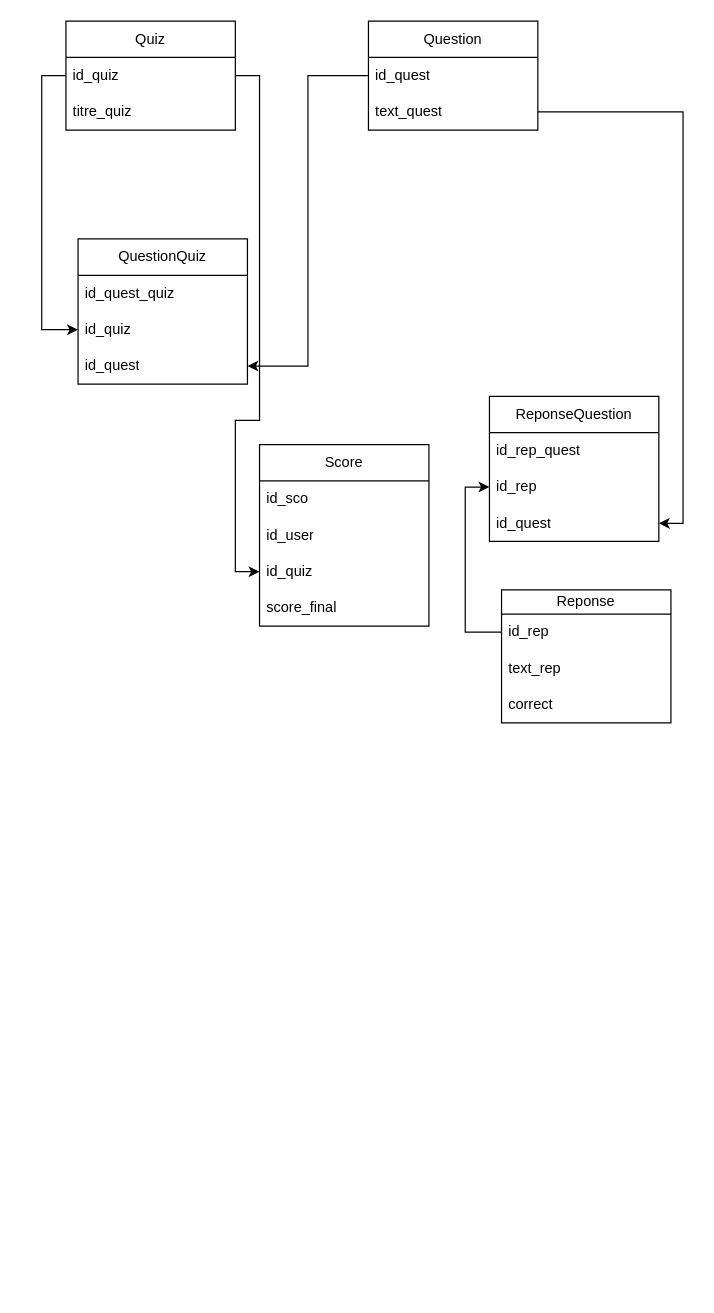
Earlier version of the draw.io diagram mcd.drawio (Maminjatovo/Mcd_hack_it_supernova). Source tidied: cells renumbered, new cells numbered last; positions are measured from the earlier drawing's top-left corner, leaving out a move shared by most shapes. Both pictures are drawn from the tidied source at 121%, with x=0, y=0 at pixel (65, 21).
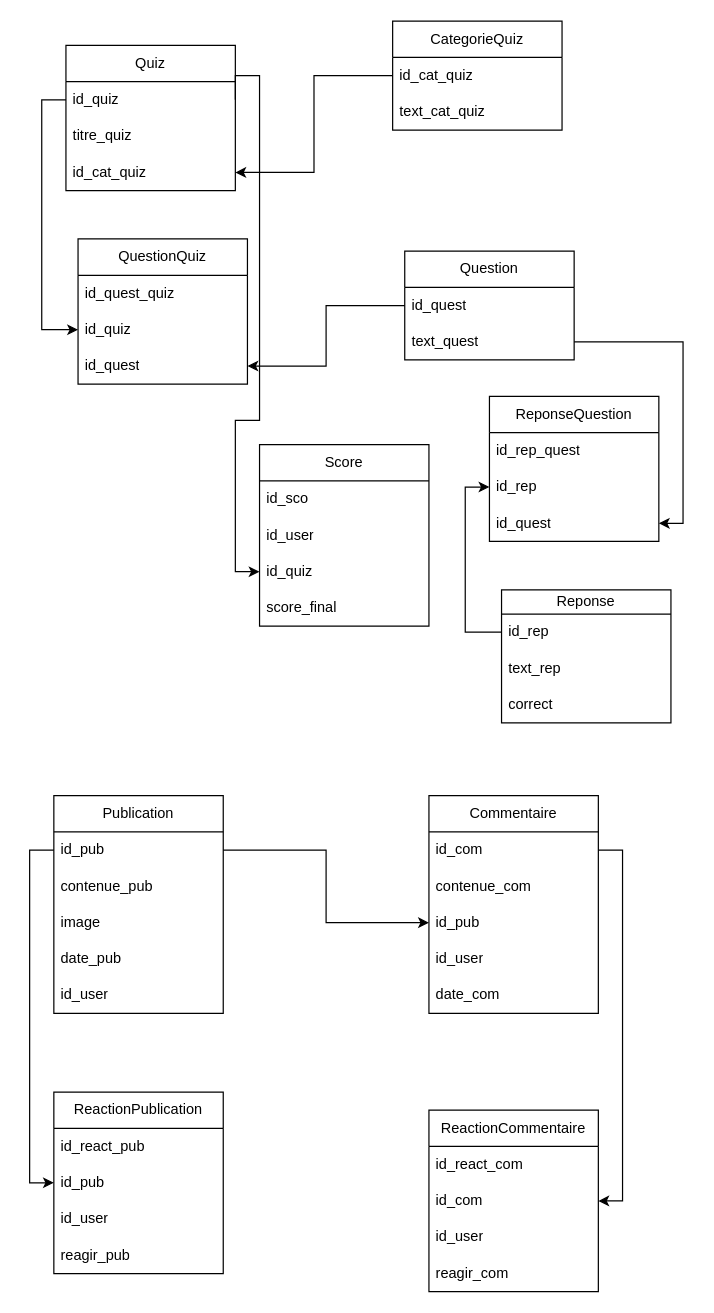
After the change.

Commit message:
Mettre à jour mcd.drawio

The edit, as a diff of the source:
```diff
@@
     <mxCell id="2" value="Question" style="swimlane;fontStyle=0;horizontal=1;startSize=30;whiteSpace=wrap;html=1;" parent="1" vertex="1">
-      <mxGeometry x="250" width="140" height="90" as="geometry" />
+      <mxGeometry x="280" y="190" width="140" height="90" as="geometry" />
     </mxCell>
@@
     <mxCell id="5" value="Quiz" style="swimlane;fontStyle=0;horizontal=1;startSize=30;whiteSpace=wrap;html=1;" parent="1" vertex="1">
-      <mxGeometry width="140" height="90" as="geometry" />
+      <mxGeometry y="20" width="140" height="120" as="geometry" />
     </mxCell>
@@
+    <mxCell id="30" value="id_cat_quiz" style="text;strokeColor=none;fillColor=none;align=left;verticalAlign=middle;spacingLeft=4;spacingRight=4;overflow=hidden;points=[[0,0.5],[1,0.5]];portConstraint=eastwest;whiteSpace=wrap;html=1;" parent="5" vertex="1">
+      <mxGeometry y="90" width="140" height="30" as="geometry" />
+    </mxCell>
@@
+    <mxCell id="31" value="CategorieQuiz&lt;br&gt;" style="swimlane;fontStyle=0;horizontal=1;startSize=30;whiteSpace=wrap;html=1;" parent="1" vertex="1">
+      <mxGeometry x="270" width="140" height="90" as="geometry" />
+    </mxCell>
+    <mxCell id="32" value="id_cat_quiz" style="text;strokeColor=none;fillColor=none;align=left;verticalAlign=middle;spacingLeft=4;spacingRight=4;overflow=hidden;points=[[0,0.5],[1,0.5]];portConstraint=eastwest;whiteSpace=wrap;html=1;" parent="31" vertex="1">
+      <mxGeometry y="30" width="140" height="30" as="geometry" />
+    </mxCell>
+    <mxCell id="33" value="text_cat_quiz" style="text;strokeColor=none;fillColor=none;align=left;verticalAlign=middle;spacingLeft=4;spacingRight=4;overflow=hidden;whiteSpace=wrap;html=1;" parent="31" vertex="1">
+      <mxGeometry y="60" width="140" height="30" as="geometry" />
+    </mxCell>
+    <mxCell id="34" style="edgeStyle=orthogonalEdgeStyle;rounded=0;jettySize=auto;html=1;exitX=0;exitY=0.5;exitDx=0;exitDy=0;entryX=1;entryY=0.5;entryDx=0;entryDy=0;" parent="1" edge="1" source="32" target="30">
+      <mxGeometry relative="1" as="geometry" />
+    </mxCell>
+    <mxCell id="35" value="Publication" style="swimlane;fontStyle=0;horizontal=1;startSize=30;whiteSpace=wrap;html=1;" parent="1" vertex="1">
+      <mxGeometry x="-10" y="640" width="140" height="180" as="geometry" />
+    </mxCell>
+    <mxCell id="36" value="id_pub" style="text;strokeColor=none;fillColor=none;align=left;verticalAlign=middle;spacingLeft=4;spacingRight=4;overflow=hidden;points=[[0,0.5],[1,0.5]];portConstraint=eastwest;whiteSpace=wrap;html=1;" parent="35" vertex="1">
+      <mxGeometry y="30" width="140" height="30" as="geometry" />
+    </mxCell>
+    <mxCell id="37" value="contenue_pub" style="text;strokeColor=none;fillColor=none;align=left;verticalAlign=middle;spacingLeft=4;spacingRight=4;overflow=hidden;whiteSpace=wrap;html=1;" parent="35" vertex="1">
+      <mxGeometry y="60" width="140" height="30" as="geometry" />
+    </mxCell>
+    <mxCell id="38" value="image" style="text;strokeColor=none;fillColor=none;align=left;verticalAlign=middle;spacingLeft=4;spacingRight=4;overflow=hidden;whiteSpace=wrap;html=1;" parent="35" vertex="1">
+      <mxGeometry y="90" width="140" height="30" as="geometry" />
+    </mxCell>
+    <mxCell id="39" value="date_pub" style="text;strokeColor=none;fillColor=none;align=left;verticalAlign=middle;spacingLeft=4;spacingRight=4;overflow=hidden;whiteSpace=wrap;html=1;" parent="35" vertex="1">
+      <mxGeometry y="120" width="140" height="30" as="geometry" />
+    </mxCell>
+    <mxCell id="40" value="id_user" style="text;strokeColor=none;fillColor=none;align=left;verticalAlign=middle;spacingLeft=4;spacingRight=4;overflow=hidden;whiteSpace=wrap;html=1;" parent="35" vertex="1">
+      <mxGeometry y="150" width="140" height="30" as="geometry" />
+    </mxCell>
+    <mxCell id="41" value="Commentaire" style="swimlane;fontStyle=0;horizontal=1;startSize=30;whiteSpace=wrap;html=1;" parent="1" vertex="1">
+      <mxGeometry x="300" y="640" width="140" height="180" as="geometry" />
+    </mxCell>
+    <mxCell id="42" value="id_com" style="text;strokeColor=none;fillColor=none;align=left;verticalAlign=middle;spacingLeft=4;spacingRight=4;overflow=hidden;points=[[0,0.5],[1,0.5]];portConstraint=eastwest;whiteSpace=wrap;html=1;" parent="41" vertex="1">
+      <mxGeometry y="30" width="140" height="30" as="geometry" />
+    </mxCell>
+    <mxCell id="43" value="contenue_com" style="text;strokeColor=none;fillColor=none;align=left;verticalAlign=middle;spacingLeft=4;spacingRight=4;overflow=hidden;whiteSpace=wrap;html=1;" parent="41" vertex="1">
+      <mxGeometry y="60" width="140" height="30" as="geometry" />
+    </mxCell>
+    <mxCell id="44" value="id_pub" style="text;strokeColor=none;fillColor=none;align=left;verticalAlign=middle;spacingLeft=4;spacingRight=4;overflow=hidden;points=[[0,0.5],[1,0.5]];portConstraint=eastwest;whiteSpace=wrap;html=1;" parent="41" vertex="1">
+      <mxGeometry y="90" width="140" height="30" as="geometry" />
+    </mxCell>
+    <mxCell id="45" value="id_user" style="text;strokeColor=none;fillColor=none;align=left;verticalAlign=middle;spacingLeft=4;spacingRight=4;overflow=hidden;whiteSpace=wrap;html=1;" parent="41" vertex="1">
+      <mxGeometry y="120" width="140" height="30" as="geometry" />
+    </mxCell>
+    <mxCell id="46" value="date_com" style="text;strokeColor=none;fillColor=none;align=left;verticalAlign=middle;spacingLeft=4;spacingRight=4;overflow=hidden;whiteSpace=wrap;html=1;" parent="41" vertex="1">
+      <mxGeometry y="150" width="140" height="30" as="geometry" />
+    </mxCell>
+    <mxCell id="47" value="ReactionPublication" style="swimlane;fontStyle=0;horizontal=1;startSize=30;whiteSpace=wrap;html=1;" parent="1" vertex="1">
+      <mxGeometry x="-10" y="885" width="140" height="150" as="geometry" />
+    </mxCell>
+    <mxCell id="48" value="id_react_pub" style="text;strokeColor=none;fillColor=none;align=left;verticalAlign=middle;spacingLeft=4;spacingRight=4;overflow=hidden;whiteSpace=wrap;html=1;" parent="47" vertex="1">
+      <mxGeometry y="30" width="140" height="30" as="geometry" />
+    </mxCell>
+    <mxCell id="49" value="id_pub" style="text;strokeColor=none;fillColor=none;align=left;verticalAlign=middle;spacingLeft=4;spacingRight=4;overflow=hidden;points=[[0,0.5],[1,0.5]];portConstraint=eastwest;whiteSpace=wrap;html=1;" parent="47" vertex="1">
+      <mxGeometry y="60" width="140" height="30" as="geometry" />
+    </mxCell>
+    <mxCell id="50" value="id_user" style="text;strokeColor=none;fillColor=none;align=left;verticalAlign=middle;spacingLeft=4;spacingRight=4;overflow=hidden;whiteSpace=wrap;html=1;" parent="47" vertex="1">
+      <mxGeometry y="90" width="140" height="30" as="geometry" />
+    </mxCell>
+    <mxCell id="51" value="reagir_pub" style="text;strokeColor=none;fillColor=none;align=left;verticalAlign=middle;spacingLeft=4;spacingRight=4;overflow=hidden;whiteSpace=wrap;html=1;" parent="47" vertex="1">
+      <mxGeometry y="120" width="140" height="30" as="geometry" />
+    </mxCell>
+    <mxCell id="52" value="ReactionCommentaire" style="swimlane;fontStyle=0;horizontal=1;startSize=30;whiteSpace=wrap;html=1;" parent="1" vertex="1">
+      <mxGeometry x="300" y="900" width="140" height="150" as="geometry" />
+    </mxCell>
+    <mxCell id="53" value="id_react_com" style="text;strokeColor=none;fillColor=none;align=left;verticalAlign=middle;spacingLeft=4;spacingRight=4;overflow=hidden;whiteSpace=wrap;html=1;" parent="52" vertex="1">
+      <mxGeometry y="30" width="140" height="30" as="geometry" />
+    </mxCell>
+    <mxCell id="54" value="id_com" style="text;strokeColor=none;fillColor=none;align=left;verticalAlign=middle;spacingLeft=4;spacingRight=4;overflow=hidden;points=[[0,0.5],[1,0.5]];portConstraint=eastwest;whiteSpace=wrap;html=1;" parent="52" vertex="1">
+      <mxGeometry y="60" width="140" height="30" as="geometry" />
+    </mxCell>
+    <mxCell id="55" value="id_user" style="text;strokeColor=none;fillColor=none;align=left;verticalAlign=middle;spacingLeft=4;spacingRight=4;overflow=hidden;whiteSpace=wrap;html=1;" parent="52" vertex="1">
+      <mxGeometry y="90" width="140" height="30" as="geometry" />
+    </mxCell>
+    <mxCell id="56" value="reagir_com" style="text;strokeColor=none;fillColor=none;align=left;verticalAlign=middle;spacingLeft=4;spacingRight=4;overflow=hidden;whiteSpace=wrap;html=1;" parent="52" vertex="1">
+      <mxGeometry y="120" width="140" height="30" as="geometry" />
+    </mxCell>
+    <mxCell id="57" style="edgeStyle=orthogonalEdgeStyle;rounded=0;jettySize=auto;html=1;exitX=1;exitY=0.5;exitDx=0;exitDy=0;entryX=0;entryY=0.5;entryDx=0;entryDy=0;" parent="1" edge="1" source="36" target="44">
+      <mxGeometry relative="1" as="geometry" />
+    </mxCell>
+    <mxCell id="58" style="edgeStyle=orthogonalEdgeStyle;rounded=0;jettySize=auto;html=1;exitX=1;exitY=0.5;exitDx=0;exitDy=0;entryX=1;entryY=0.5;entryDx=0;entryDy=0;" parent="1" edge="1" source="42" target="54">
+      <mxGeometry relative="1" as="geometry" />
+    </mxCell>
+    <mxCell id="59" style="edgeStyle=orthogonalEdgeStyle;rounded=0;jettySize=auto;html=1;exitX=0;exitY=0.5;exitDx=0;exitDy=0;entryX=0;entryY=0.5;entryDx=0;entryDy=0;" parent="1" edge="1" source="36" target="49">
+      <mxGeometry relative="1" as="geometry" />
+    </mxCell>
```
